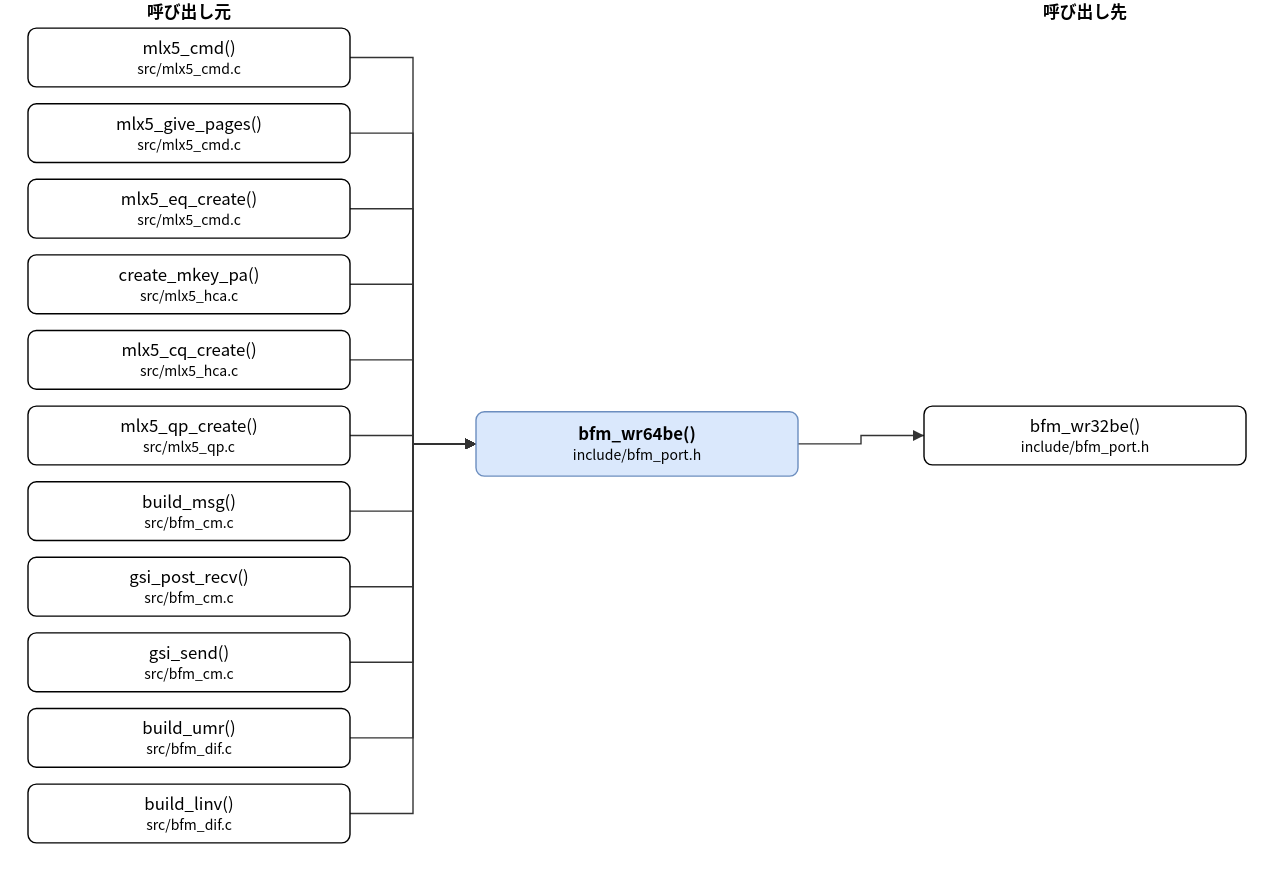
This is doc/spec/images/call_include_bfm_port-bfm_wr64be.drawio.svg from hf355051012-ai/bfmem, a draw.io export, as it was before one commit. Source tidied: cells renumbered, new cells last; positions are measured from the earlier drawing's top-left corner, leaving out a move shared by most shapes.
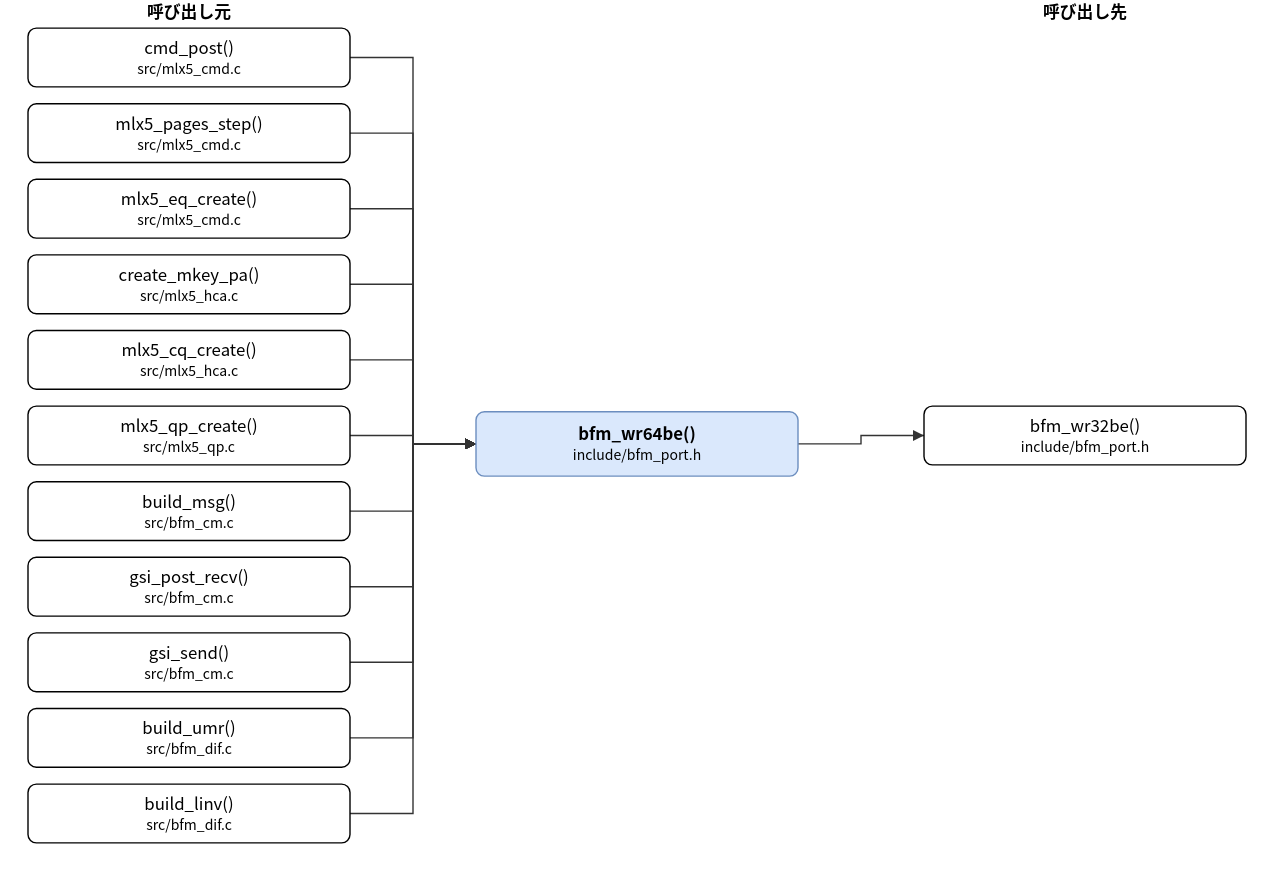
The same file after the commit.

What changed in the source:
```diff
@@ -5,10 +5,10 @@
     <mxCell id="2" value="bfm_wr64be()&lt;br&gt;&lt;font style=&quot;font-size:10px&quot;&gt;include/bfm_port.h&lt;/font&gt;" style="rounded=1;whiteSpace=wrap;html=1;fillColor=#dae8fc;strokeColor=#6c8ebf;fontStyle=1;" parent="1" vertex="1">
       <mxGeometry x="320" y="294" width="230" height="46" as="geometry" />
     </mxCell>
-    <mxCell id="3" value="mlx5_cmd()&lt;br&gt;&lt;font style=&quot;font-size:10px&quot;&gt;src/mlx5_cmd.c&lt;/font&gt;" style="rounded=1;whiteSpace=wrap;html=1;" parent="1" vertex="1">
+    <mxCell id="3" value="cmd_post()&lt;br&gt;&lt;font style=&quot;font-size:10px&quot;&gt;src/mlx5_cmd.c&lt;/font&gt;" style="rounded=1;whiteSpace=wrap;html=1;" parent="1" vertex="1">
       <mxGeometry y="20" width="230" height="42" as="geometry" />
     </mxCell>
-    <mxCell id="4" value="mlx5_give_pages()&lt;br&gt;&lt;font style=&quot;font-size:10px&quot;&gt;src/mlx5_cmd.c&lt;/font&gt;" style="rounded=1;whiteSpace=wrap;html=1;" parent="1" vertex="1">
+    <mxCell id="4" value="mlx5_pages_step()&lt;br&gt;&lt;font style=&quot;font-size:10px&quot;&gt;src/mlx5_cmd.c&lt;/font&gt;" style="rounded=1;whiteSpace=wrap;html=1;" parent="1" vertex="1">
       <mxGeometry y="74" width="230" height="42" as="geometry" />
     </mxCell>
     <mxCell id="5" value="mlx5_eq_create()&lt;br&gt;&lt;font style=&quot;font-size:10px&quot;&gt;src/mlx5_cmd.c&lt;/font&gt;" style="rounded=1;whiteSpace=wrap;html=1;" parent="1" vertex="1">
```
